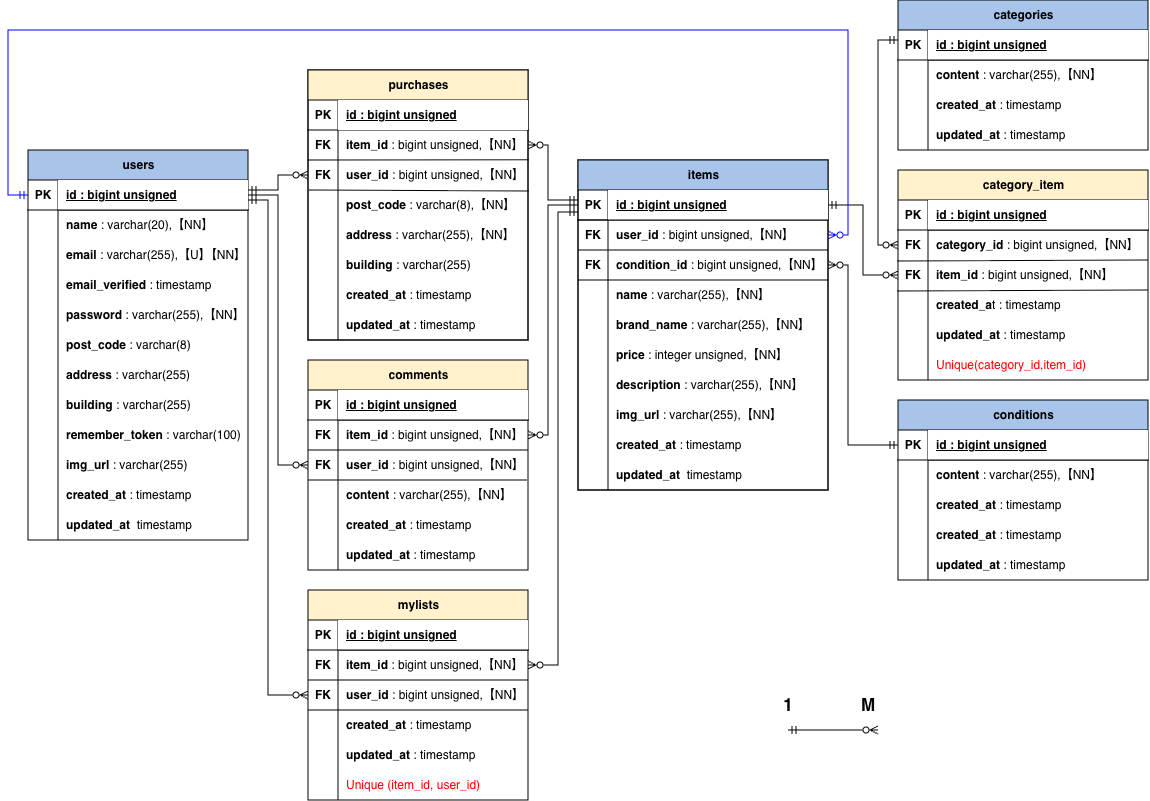
The draw.io diagram src/images/coachtech-fleamarket-app-er.drawio.png in kana686/fleamarket-app-retry, before a commit. Source tidied: cells renumbered, new cells last; positions are measured from the earlier drawing's top-left corner, leaving out a move shared by most shapes.
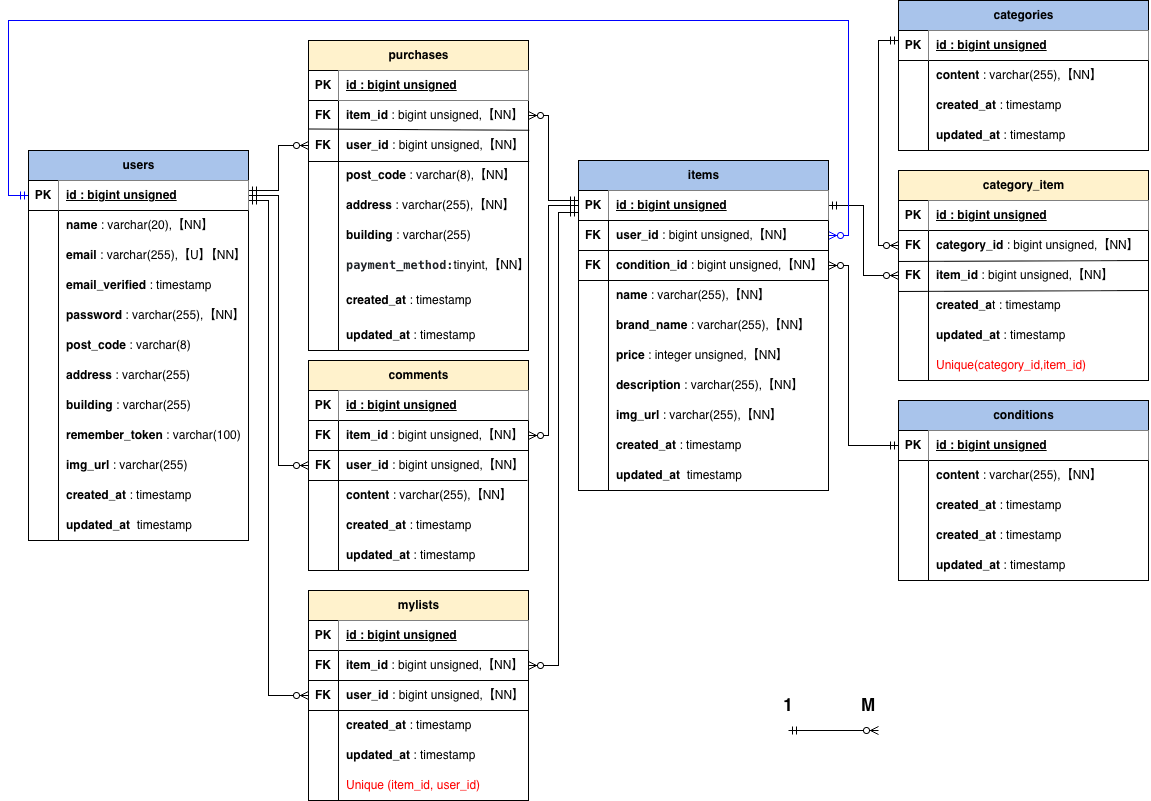
After the change.

Change to the diagram source:
```diff
@@ -100,11 +100,11 @@
         </Array>
       </mxGeometry>
     </mxCell>
-    <mxCell id="33" style="edgeStyle=orthogonalEdgeStyle;fontSize=12;html=1;endArrow=ERzeroToMany;rounded=0;endFill=0;startArrow=ERmandOne;startFill=0;" parent="1" edge="1" source="75" target="50">
+    <mxCell id="33" style="edgeStyle=orthogonalEdgeStyle;fontSize=12;html=1;endArrow=ERzeroToMany;rounded=0;endFill=0;startArrow=ERmandOne;startFill=0;entryX=1;entryY=0.5;entryDx=0;entryDy=0;" parent="1" edge="1" source="75" target="50">
       <mxGeometry relative="1" as="geometry">
         <Array as="points">
           <mxPoint x="540" y="200" />
-          <mxPoint x="540" y="145" />
+          <mxPoint x="540" y="115" />
         </Array>
       </mxGeometry>
     </mxCell>
@@ -124,11 +124,11 @@
         </Array>
       </mxGeometry>
     </mxCell>
-    <mxCell id="36" style="edgeStyle=orthogonalEdgeStyle;fontSize=12;html=1;endArrow=ERzeroToMany;rounded=0;endFill=0;startArrow=ERmandOne;startFill=0;" parent="1" edge="1" source="181" target="53">
+    <mxCell id="36" style="edgeStyle=orthogonalEdgeStyle;fontSize=12;html=1;endArrow=ERzeroToMany;rounded=0;endFill=0;startArrow=ERmandOne;startFill=0;entryX=0;entryY=0.5;entryDx=0;entryDy=0;" parent="1" edge="1" source="181" target="53">
       <mxGeometry relative="1" as="geometry">
         <Array as="points">
           <mxPoint x="270" y="190" />
-          <mxPoint x="270" y="175" />
+          <mxPoint x="270" y="145" />
         </Array>
       </mxGeometry>
     </mxCell>
@@ -152,8 +152,8 @@
       <mxGeometry relative="1" as="geometry">
         <Array as="points">
           <mxPoint y="195" />
-          <mxPoint y="30" />
-          <mxPoint x="840" y="30" />
+          <mxPoint y="20" />
+          <mxPoint x="840" y="20" />
           <mxPoint x="840" y="235" />
         </Array>
       </mxGeometry>
@@ -187,10 +187,10 @@
       </mxGeometry>
     </mxCell>
     <mxCell id="45" style="group;strokeColor=default;" parent="1" vertex="1">
-      <mxGeometry x="300" y="70" width="220" height="270" as="geometry" />
+      <mxGeometry x="300" y="40" width="220" height="310" as="geometry" />
     </mxCell>
     <mxCell id="46" value="purchases" style="shape=table;startSize=30;rowLines=0;fontStyle=1;align=center;html=1;strokeColor=default;fillColor=#FFF2CC;" parent="45" vertex="1">
-      <mxGeometry width="220" height="270" as="geometry" />
+      <mxGeometry width="220" height="310" as="geometry" />
     </mxCell>
     <mxCell id="47" style="shape=tableRow;horizontal=0;startSize=0;swimlaneHead=0;swimlaneBody=0;fillColor=none;top=0;left=0;right=0;bottom=1;" parent="46" vertex="1">
       <mxGeometry y="30" width="220" height="30" as="geometry" />
@@ -246,17 +246,34 @@
     <mxCell id="64" value="&lt;b&gt;building&lt;/b&gt; : varchar(255)" style="shape=partialRectangle;fillColor=none;top=0;left=0;bottom=0;right=0;align=left;spacingLeft=6;overflow=hidden;whiteSpace=wrap;html=1;" parent="62" vertex="1">
       <mxGeometry x="30" width="190" height="30" as="geometry" />
     </mxCell>
+    <mxCell id="71" style="endArrow=none;html=1;rounded=0;entryX=1.003;entryY=-0.008;entryDx=0;entryDy=0;entryPerimeter=0;exitX=-0.002;exitY=-0.05;exitDx=0;exitDy=0;exitPerimeter=0;" parent="46" edge="1" source="53" target="53">
+      <mxGeometry relative="1" as="geometry" />
+    </mxCell>
+    <mxCell id="72" style="endArrow=none;html=1;rounded=0;entryX=1.003;entryY=0.033;entryDx=0;entryDy=0;entryPerimeter=0;" parent="46" edge="1" target="56">
+      <mxGeometry relative="1" as="geometry">
+        <mxPoint y="121" as="sourcePoint" />
+      </mxGeometry>
+    </mxCell>
+    <mxCell id="218" style="shape=tableRow;horizontal=0;startSize=0;swimlaneHead=0;swimlaneBody=0;fillColor=none;top=0;left=0;right=0;bottom=0;" parent="46" vertex="1">
+      <mxGeometry y="210" width="220" height="30" as="geometry" />
+    </mxCell>
+    <mxCell id="219" style="shape=partialRectangle;fillColor=none;top=0;left=0;bottom=0;right=0;overflow=hidden;whiteSpace=wrap;html=1;" parent="218" vertex="1">
+      <mxGeometry width="30" height="30" as="geometry" />
+    </mxCell>
+    <mxCell id="220" value="&lt;span&gt;&lt;font color=&quot;#1f2328&quot; face=&quot;Monaspace Neon, ui-monospace, SFMono-Regular, SF Mono, Menlo, Consolas, Liberation Mono, monospace&quot;&gt;&lt;span style=&quot;font-size: 11.9px; white-space-collapse: break-spaces;&quot;&gt;&lt;b style=&quot;&quot;&gt;payment_method:&lt;/b&gt;&lt;/span&gt;&lt;/font&gt;tinyint,【NN】&lt;/span&gt;" style="shape=partialRectangle;fillColor=none;top=0;left=0;bottom=0;right=0;align=left;spacingLeft=6;overflow=hidden;whiteSpace=wrap;html=1;" parent="218" vertex="1">
+      <mxGeometry x="30" width="190" height="30" as="geometry" />
+    </mxCell>
     <mxCell id="65" style="shape=tableRow;horizontal=0;startSize=0;swimlaneHead=0;swimlaneBody=0;fillColor=none;top=0;left=0;right=0;bottom=0;" parent="46" vertex="1">
-      <mxGeometry y="210" width="220" height="30" as="geometry" />
+      <mxGeometry y="240" width="220" height="40" as="geometry" />
     </mxCell>
     <mxCell id="66" style="shape=partialRectangle;fillColor=none;top=0;left=0;bottom=0;right=0;overflow=hidden;whiteSpace=wrap;html=1;" parent="65" vertex="1">
-      <mxGeometry width="30" height="30" as="geometry" />
+      <mxGeometry width="30" height="40" as="geometry" />
     </mxCell>
     <mxCell id="67" value="&lt;b&gt;created_at&lt;/b&gt; : timestamp" style="shape=partialRectangle;fillColor=none;top=0;left=0;bottom=0;right=0;align=left;spacingLeft=6;overflow=hidden;whiteSpace=wrap;html=1;" parent="65" vertex="1">
-      <mxGeometry x="30" width="190" height="30" as="geometry" />
+      <mxGeometry x="30" width="190" height="40" as="geometry" />
     </mxCell>
     <mxCell id="68" style="shape=tableRow;horizontal=0;startSize=0;swimlaneHead=0;swimlaneBody=0;fillColor=none;top=0;left=0;right=0;bottom=0;" parent="46" vertex="1">
-      <mxGeometry y="240" width="220" height="30" as="geometry" />
+      <mxGeometry y="280" width="220" height="30" as="geometry" />
     </mxCell>
     <mxCell id="69" style="shape=partialRectangle;fillColor=none;top=0;left=0;bottom=0;right=0;overflow=hidden;whiteSpace=wrap;html=1;" parent="68" vertex="1">
       <mxGeometry width="30" height="30" as="geometry" />
@@ -264,16 +281,6 @@
     <mxCell id="70" value="&lt;b&gt;updated_at&lt;/b&gt; : timestamp" style="shape=partialRectangle;fillColor=none;top=0;left=0;bottom=0;right=0;align=left;spacingLeft=6;overflow=hidden;whiteSpace=wrap;html=1;" parent="68" vertex="1">
       <mxGeometry x="30" width="190" height="30" as="geometry" />
     </mxCell>
-    <mxCell id="71" style="endArrow=none;html=1;rounded=0;entryX=1.003;entryY=-0.008;entryDx=0;entryDy=0;entryPerimeter=0;" parent="45" edge="1" target="53">
-      <mxGeometry relative="1" as="geometry">
-        <mxPoint y="90" as="sourcePoint" />
-      </mxGeometry>
-    </mxCell>
-    <mxCell id="72" style="endArrow=none;html=1;rounded=0;entryX=1.003;entryY=0.033;entryDx=0;entryDy=0;entryPerimeter=0;" parent="45" edge="1" target="56">
-      <mxGeometry relative="1" as="geometry">
-        <mxPoint x="1" y="120" as="sourcePoint" />
-      </mxGeometry>
-    </mxCell>
     <mxCell id="73" style="group;strokeColor=default;" parent="1" vertex="1">
       <mxGeometry x="570" y="160" width="250" height="330" as="geometry" />
     </mxCell>
```
